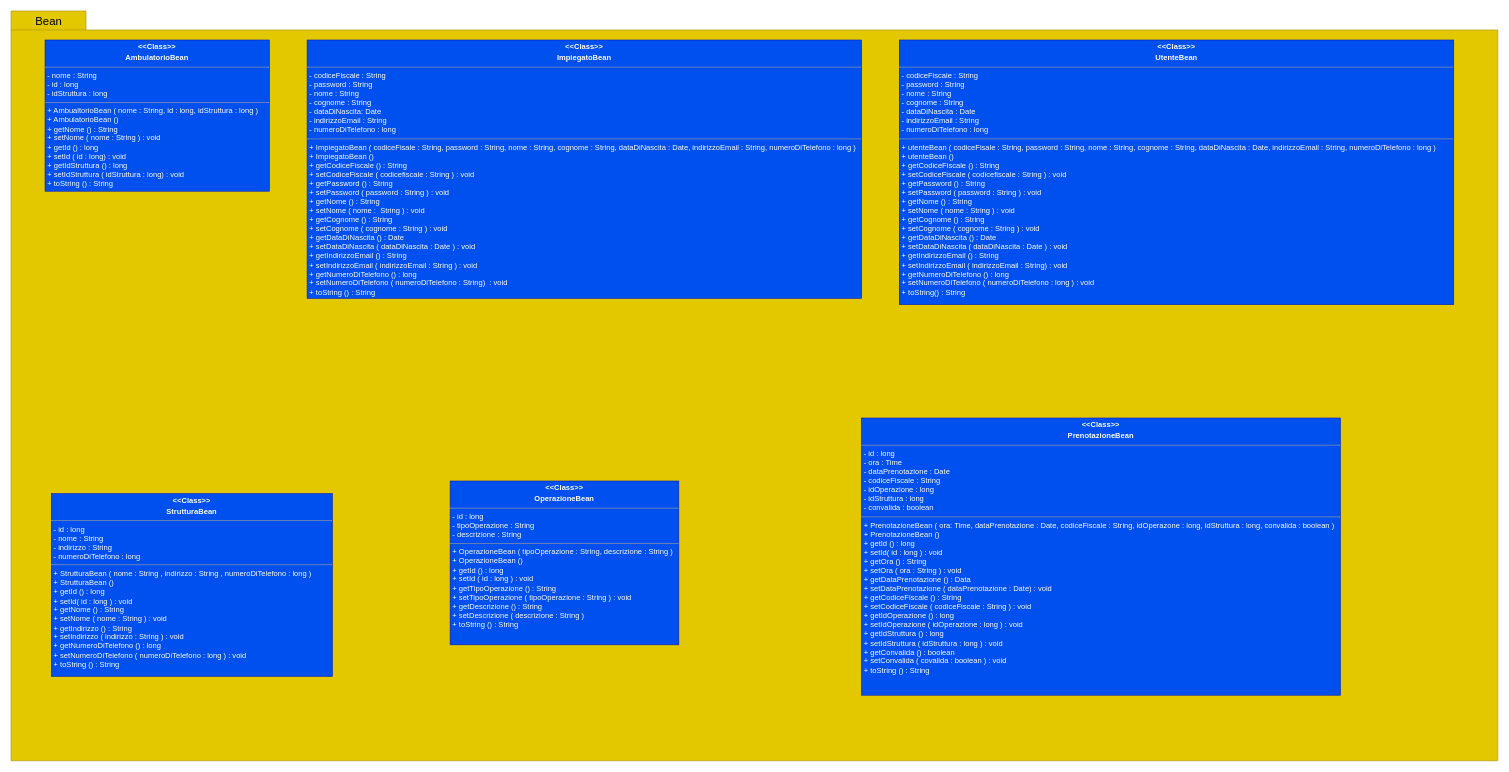
The draw.io diagram Documenti/ODD/Packages/Beans.drawio in Givaa/MedQueue, before the edit. Source tidied: cells renumbered, new cells numbered last; positions are measured from the earlier drawing's top-left corner, leaving out a move shared by most shapes. Both pictures are drawn from the tidied source at 63%, with x=0, y=0 at pixel (11, 11).
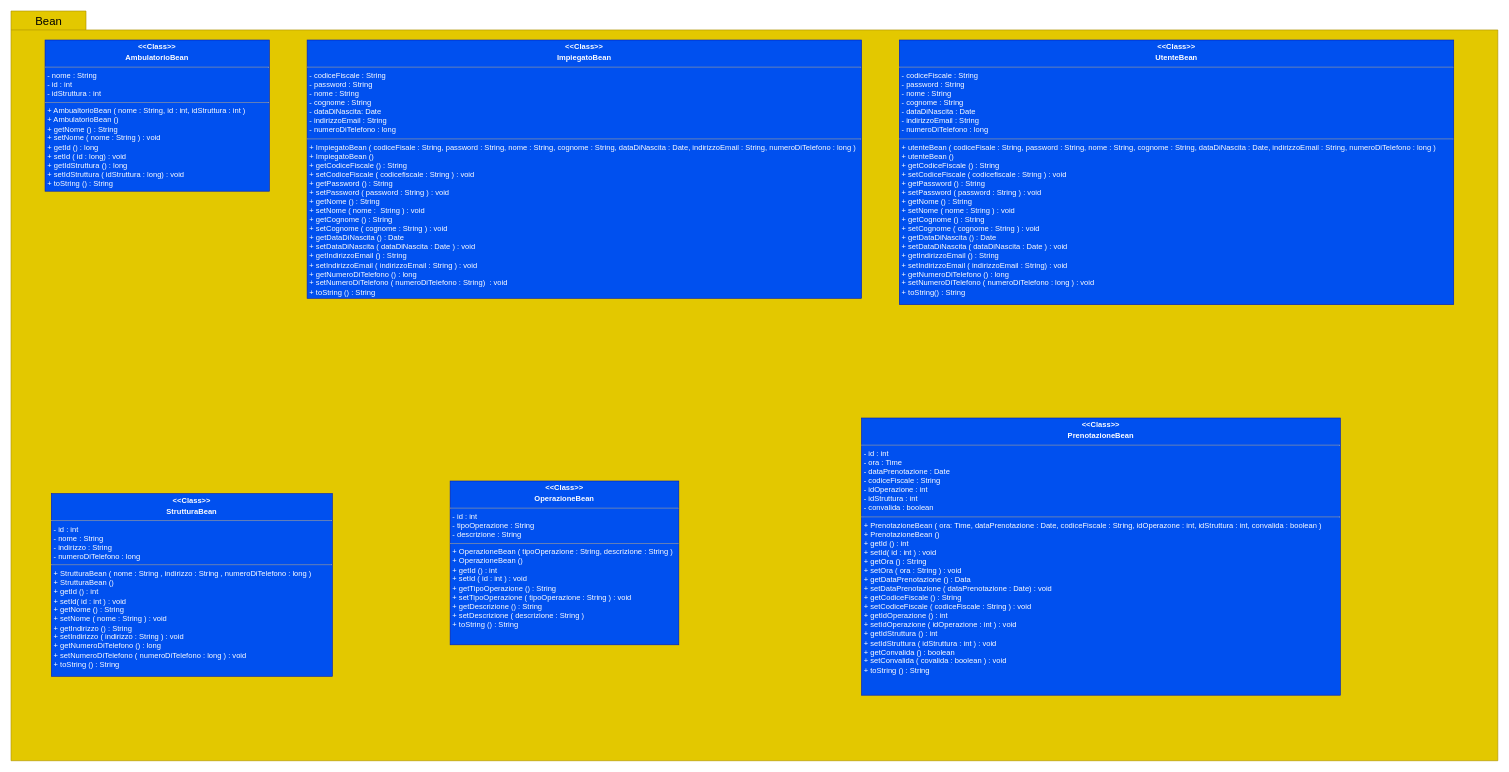
The same diagram, later.

The edit, as a diff of the source:
```diff
@@
-    <mxCell id="4" value="&lt;p style=&quot;margin: 0px ; margin-top: 4px ; text-align: center&quot;&gt;&lt;b&gt;&amp;lt;&amp;lt;Class&amp;gt;&amp;gt;&lt;/b&gt;&lt;/p&gt;&lt;p style=&quot;margin: 0px ; margin-top: 4px ; text-align: center&quot;&gt;&lt;b&gt;AmbulatorioBean&lt;/b&gt;&lt;/p&gt;&lt;hr size=&quot;1&quot;&gt;&lt;p style=&quot;margin: 0px ; margin-left: 4px&quot;&gt;- nome : String&lt;/p&gt;&lt;p style=&quot;margin: 0px ; margin-left: 4px&quot;&gt;- id : long&lt;/p&gt;&lt;p style=&quot;margin: 0px ; margin-left: 4px&quot;&gt;- idStruttura : long&lt;/p&gt;&lt;hr size=&quot;1&quot;&gt;&lt;p style=&quot;margin: 0px ; margin-left: 4px&quot;&gt;+ AmbualtorioBean ( nome : String, id : long, idStruttura : long )&lt;/p&gt;&lt;p style=&quot;margin: 0px ; margin-left: 4px&quot;&gt;+ AmbulatorioBean ()&lt;/p&gt;&lt;p style=&quot;margin: 0px ; margin-left: 4px&quot;&gt;+ getNome () : String&lt;/p&gt;&lt;p style=&quot;margin: 0px ; margin-left: 4px&quot;&gt;+ setNome ( nome : String ) : void&lt;/p&gt;&lt;p style=&quot;margin: 0px ; margin-left: 4px&quot;&gt;+ getId () : long&lt;/p&gt;&lt;p style=&quot;margin: 0px ; margin-left: 4px&quot;&gt;+ setId ( id :&lt;span&gt;&amp;nbsp;long) : void&lt;/span&gt;&lt;/p&gt;&lt;p style=&quot;margin: 0px ; margin-left: 4px&quot;&gt;+ getIdStruttura () : long&lt;/p&gt;&lt;p style=&quot;margin: 0px ; margin-left: 4px&quot;&gt;+ setIdStruttura ( idStruttura : long) : void&lt;/p&gt;&lt;p style=&quot;margin: 0px ; margin-left: 4px&quot;&gt;+ toString () : String&lt;/p&gt;&lt;p style=&quot;margin: 0px ; margin-left: 4px&quot;&gt;&lt;br&gt;&lt;/p&gt;" style="verticalAlign=top;align=left;overflow=fill;fontSize=12;fontFamily=Helvetica;html=1;fillColor=#0050ef;strokeColor=#001DBC;fontColor=#ffffff;" parent="1" vertex="1">
+    <mxCell id="4" value="&lt;p style=&quot;margin: 0px ; margin-top: 4px ; text-align: center&quot;&gt;&lt;b&gt;&amp;lt;&amp;lt;Class&amp;gt;&amp;gt;&lt;/b&gt;&lt;/p&gt;&lt;p style=&quot;margin: 0px ; margin-top: 4px ; text-align: center&quot;&gt;&lt;b&gt;AmbulatorioBean&lt;/b&gt;&lt;/p&gt;&lt;hr size=&quot;1&quot;&gt;&lt;p style=&quot;margin: 0px ; margin-left: 4px&quot;&gt;- nome : String&lt;/p&gt;&lt;p style=&quot;margin: 0px ; margin-left: 4px&quot;&gt;- id : int&lt;/p&gt;&lt;p style=&quot;margin: 0px ; margin-left: 4px&quot;&gt;- idStruttura : int&lt;/p&gt;&lt;hr size=&quot;1&quot;&gt;&lt;p style=&quot;margin: 0px ; margin-left: 4px&quot;&gt;+ AmbualtorioBean ( nome : String, id : int, idStruttura : int )&lt;/p&gt;&lt;p style=&quot;margin: 0px ; margin-left: 4px&quot;&gt;+ AmbulatorioBean ()&lt;/p&gt;&lt;p style=&quot;margin: 0px ; margin-left: 4px&quot;&gt;+ getNome () : String&lt;/p&gt;&lt;p style=&quot;margin: 0px ; margin-left: 4px&quot;&gt;+ setNome ( nome : String ) : void&lt;/p&gt;&lt;p style=&quot;margin: 0px ; margin-left: 4px&quot;&gt;+ getId () : long&lt;/p&gt;&lt;p style=&quot;margin: 0px ; margin-left: 4px&quot;&gt;+ setId ( id :&lt;span&gt;&amp;nbsp;long) : void&lt;/span&gt;&lt;/p&gt;&lt;p style=&quot;margin: 0px ; margin-left: 4px&quot;&gt;+ getIdStruttura () : long&lt;/p&gt;&lt;p style=&quot;margin: 0px ; margin-left: 4px&quot;&gt;+ setIdStruttura ( idStruttura : long) : void&lt;/p&gt;&lt;p style=&quot;margin: 0px ; margin-left: 4px&quot;&gt;+ toString () : String&lt;/p&gt;&lt;p style=&quot;margin: 0px ; margin-left: 4px&quot;&gt;&lt;br&gt;&lt;/p&gt;" style="verticalAlign=top;align=left;overflow=fill;fontSize=12;fontFamily=Helvetica;html=1;fillColor=#0050ef;strokeColor=#001DBC;fontColor=#ffffff;" parent="1" vertex="1">
       <mxGeometry x="54" y="46" width="356" height="240" as="geometry" />
     </mxCell>
@@
-    <mxCell id="7" value="&lt;p style=&quot;margin: 0px ; margin-top: 4px ; text-align: center&quot;&gt;&lt;b&gt;&amp;lt;&amp;lt;Class&amp;gt;&amp;gt;&lt;/b&gt;&lt;b&gt;&lt;br&gt;&lt;/b&gt;&lt;/p&gt;&lt;p style=&quot;margin: 0px ; margin-top: 4px ; text-align: center&quot;&gt;&lt;b&gt;StrutturaBean&lt;/b&gt;&lt;/p&gt;&lt;hr size=&quot;1&quot;&gt;&lt;p style=&quot;margin: 0px ; margin-left: 4px&quot;&gt;- id : long&lt;br&gt;&lt;/p&gt;&lt;p style=&quot;margin: 0px ; margin-left: 4px&quot;&gt;- nome : String&lt;/p&gt;&lt;p style=&quot;margin: 0px ; margin-left: 4px&quot;&gt;- indirizzo : String&lt;/p&gt;&lt;p style=&quot;margin: 0px ; margin-left: 4px&quot;&gt;- numeroDiTelefono : long&lt;/p&gt;&lt;hr size=&quot;1&quot;&gt;&lt;p style=&quot;margin: 0px ; margin-left: 4px&quot;&gt;+ StrutturaBean ( nome : String , indirizzo : String , numeroDiTelefono : long )&lt;/p&gt;&lt;p style=&quot;margin: 0px ; margin-left: 4px&quot;&gt;+ StrutturaBean ()&lt;/p&gt;&lt;p style=&quot;margin: 0px ; margin-left: 4px&quot;&gt;+ getId () : long&lt;/p&gt;&lt;p style=&quot;margin: 0px ; margin-left: 4px&quot;&gt;+ setId( id : long ) : void&lt;/p&gt;&lt;p style=&quot;margin: 0px ; margin-left: 4px&quot;&gt;+ getNome () : String&lt;/p&gt;&lt;p style=&quot;margin: 0px ; margin-left: 4px&quot;&gt;+ setNome ( nome : String ) : void&lt;/p&gt;&lt;p style=&quot;margin: 0px ; margin-left: 4px&quot;&gt;+ getIndirizzo () : String&lt;/p&gt;&lt;p style=&quot;margin: 0px ; margin-left: 4px&quot;&gt;+ setIndirizzo ( indirizzo : String ) : void&lt;/p&gt;&lt;p style=&quot;margin: 0px ; margin-left: 4px&quot;&gt;+ getNumeroDiTelefono () : long&lt;/p&gt;&lt;p style=&quot;margin: 0px ; margin-left: 4px&quot;&gt;+ setNumeroDiTelefono ( numeroDiTelefono : long ) : void&lt;/p&gt;&lt;p style=&quot;margin: 0px ; margin-left: 4px&quot;&gt;+ toString () : String&lt;/p&gt;&lt;p style=&quot;margin: 0px ; margin-left: 4px&quot;&gt;&lt;br&gt;&lt;/p&gt;" style="verticalAlign=top;align=left;overflow=fill;fontSize=12;fontFamily=Helvetica;html=1;fillColor=#0050ef;strokeColor=#001DBC;fontColor=#ffffff;" parent="1" vertex="1">
+    <mxCell id="7" value="&lt;p style=&quot;margin: 0px ; margin-top: 4px ; text-align: center&quot;&gt;&lt;b&gt;&amp;lt;&amp;lt;Class&amp;gt;&amp;gt;&lt;/b&gt;&lt;b&gt;&lt;br&gt;&lt;/b&gt;&lt;/p&gt;&lt;p style=&quot;margin: 0px ; margin-top: 4px ; text-align: center&quot;&gt;&lt;b&gt;StrutturaBean&lt;/b&gt;&lt;/p&gt;&lt;hr size=&quot;1&quot;&gt;&lt;p style=&quot;margin: 0px ; margin-left: 4px&quot;&gt;- id : int&lt;br&gt;&lt;/p&gt;&lt;p style=&quot;margin: 0px ; margin-left: 4px&quot;&gt;- nome : String&lt;/p&gt;&lt;p style=&quot;margin: 0px ; margin-left: 4px&quot;&gt;- indirizzo : String&lt;/p&gt;&lt;p style=&quot;margin: 0px ; margin-left: 4px&quot;&gt;- numeroDiTelefono : long&lt;/p&gt;&lt;hr size=&quot;1&quot;&gt;&lt;p style=&quot;margin: 0px ; margin-left: 4px&quot;&gt;+ StrutturaBean ( nome : String , indirizzo : String , numeroDiTelefono : long )&lt;/p&gt;&lt;p style=&quot;margin: 0px ; margin-left: 4px&quot;&gt;+ StrutturaBean ()&lt;/p&gt;&lt;p style=&quot;margin: 0px ; margin-left: 4px&quot;&gt;+ getId () : int&lt;/p&gt;&lt;p style=&quot;margin: 0px ; margin-left: 4px&quot;&gt;+ setId( id : int ) : void&lt;/p&gt;&lt;p style=&quot;margin: 0px ; margin-left: 4px&quot;&gt;+ getNome () : String&lt;/p&gt;&lt;p style=&quot;margin: 0px ; margin-left: 4px&quot;&gt;+ setNome ( nome : String ) : void&lt;/p&gt;&lt;p style=&quot;margin: 0px ; margin-left: 4px&quot;&gt;+ getIndirizzo () : String&lt;/p&gt;&lt;p style=&quot;margin: 0px ; margin-left: 4px&quot;&gt;+ setIndirizzo ( indirizzo : String ) : void&lt;/p&gt;&lt;p style=&quot;margin: 0px ; margin-left: 4px&quot;&gt;+ getNumeroDiTelefono () : long&lt;/p&gt;&lt;p style=&quot;margin: 0px ; margin-left: 4px&quot;&gt;+ setNumeroDiTelefono ( numeroDiTelefono : long ) : void&lt;/p&gt;&lt;p style=&quot;margin: 0px ; margin-left: 4px&quot;&gt;+ toString () : String&lt;/p&gt;&lt;p style=&quot;margin: 0px ; margin-left: 4px&quot;&gt;&lt;br&gt;&lt;/p&gt;" style="verticalAlign=top;align=left;overflow=fill;fontSize=12;fontFamily=Helvetica;html=1;fillColor=#0050ef;strokeColor=#001DBC;fontColor=#ffffff;" parent="1" vertex="1">
       <mxGeometry x="64" y="766" width="446" height="290" as="geometry" />
     </mxCell>
-    <mxCell id="8" value="&lt;p style=&quot;margin: 0px ; margin-top: 4px ; text-align: center&quot;&gt;&lt;b&gt;&amp;lt;&amp;lt;Class&amp;gt;&amp;gt;&lt;/b&gt;&lt;b&gt;&lt;br&gt;&lt;/b&gt;&lt;/p&gt;&lt;p style=&quot;margin: 0px ; margin-top: 4px ; text-align: center&quot;&gt;&lt;b&gt;OperazioneBean&lt;/b&gt;&lt;/p&gt;&lt;hr size=&quot;1&quot;&gt;&lt;p style=&quot;margin: 0px ; margin-left: 4px&quot;&gt;- id : long&lt;br&gt;&lt;/p&gt;&lt;p style=&quot;margin: 0px ; margin-left: 4px&quot;&gt;- tipoOperazione : String&lt;/p&gt;&lt;p style=&quot;margin: 0px ; margin-left: 4px&quot;&gt;- descrizione : String&lt;/p&gt;&lt;hr size=&quot;1&quot;&gt;&lt;p style=&quot;margin: 0px ; margin-left: 4px&quot;&gt;+ OperazioneBean ( tipoOperazione : String, descrizione : String )&lt;/p&gt;&lt;p style=&quot;margin: 0px ; margin-left: 4px&quot;&gt;+ OperazioneBean ()&lt;/p&gt;&lt;p style=&quot;margin: 0px ; margin-left: 4px&quot;&gt;+ getId () : long&lt;/p&gt;&lt;p style=&quot;margin: 0px ; margin-left: 4px&quot;&gt;+ setId ( id : long ) : void&lt;/p&gt;&lt;p style=&quot;margin: 0px ; margin-left: 4px&quot;&gt;+ getTipoOperazione () : String&lt;/p&gt;&lt;p style=&quot;margin: 0px ; margin-left: 4px&quot;&gt;+ setTipoOperazione ( tipoOperazione : String ) : void&lt;/p&gt;&lt;p style=&quot;margin: 0px ; margin-left: 4px&quot;&gt;+ getDescrizione () : String&lt;/p&gt;&lt;p style=&quot;margin: 0px ; margin-left: 4px&quot;&gt;+ setDescrizione ( descrizione : String )&lt;/p&gt;&lt;p style=&quot;margin: 0px ; margin-left: 4px&quot;&gt;+ toString () : String&lt;/p&gt;&lt;p style=&quot;margin: 0px ; margin-left: 4px&quot;&gt;&lt;br&gt;&lt;/p&gt;" style="verticalAlign=top;align=left;overflow=fill;fontSize=12;fontFamily=Helvetica;html=1;fillColor=#0050ef;strokeColor=#001DBC;fontColor=#ffffff;" parent="1" vertex="1">
+    <mxCell id="8" value="&lt;p style=&quot;margin: 0px ; margin-top: 4px ; text-align: center&quot;&gt;&lt;b&gt;&amp;lt;&amp;lt;Class&amp;gt;&amp;gt;&lt;/b&gt;&lt;b&gt;&lt;br&gt;&lt;/b&gt;&lt;/p&gt;&lt;p style=&quot;margin: 0px ; margin-top: 4px ; text-align: center&quot;&gt;&lt;b&gt;OperazioneBean&lt;/b&gt;&lt;/p&gt;&lt;hr size=&quot;1&quot;&gt;&lt;p style=&quot;margin: 0px ; margin-left: 4px&quot;&gt;- id : int&lt;br&gt;&lt;/p&gt;&lt;p style=&quot;margin: 0px ; margin-left: 4px&quot;&gt;- tipoOperazione : String&lt;/p&gt;&lt;p style=&quot;margin: 0px ; margin-left: 4px&quot;&gt;- descrizione : String&lt;/p&gt;&lt;hr size=&quot;1&quot;&gt;&lt;p style=&quot;margin: 0px ; margin-left: 4px&quot;&gt;+ OperazioneBean ( tipoOperazione : String, descrizione : String )&lt;/p&gt;&lt;p style=&quot;margin: 0px ; margin-left: 4px&quot;&gt;+ OperazioneBean ()&lt;/p&gt;&lt;p style=&quot;margin: 0px ; margin-left: 4px&quot;&gt;+ getId () : int&lt;/p&gt;&lt;p style=&quot;margin: 0px ; margin-left: 4px&quot;&gt;+ setId ( id : int ) : void&lt;/p&gt;&lt;p style=&quot;margin: 0px ; margin-left: 4px&quot;&gt;+ getTipoOperazione () : String&lt;/p&gt;&lt;p style=&quot;margin: 0px ; margin-left: 4px&quot;&gt;+ setTipoOperazione ( tipoOperazione : String ) : void&lt;/p&gt;&lt;p style=&quot;margin: 0px ; margin-left: 4px&quot;&gt;+ getDescrizione () : String&lt;/p&gt;&lt;p style=&quot;margin: 0px ; margin-left: 4px&quot;&gt;+ setDescrizione ( descrizione : String )&lt;/p&gt;&lt;p style=&quot;margin: 0px ; margin-left: 4px&quot;&gt;+ toString () : String&lt;/p&gt;&lt;p style=&quot;margin: 0px ; margin-left: 4px&quot;&gt;&lt;br&gt;&lt;/p&gt;" style="verticalAlign=top;align=left;overflow=fill;fontSize=12;fontFamily=Helvetica;html=1;fillColor=#0050ef;strokeColor=#001DBC;fontColor=#ffffff;" parent="1" vertex="1">
       <mxGeometry x="697" y="746" width="363" height="260" as="geometry" />
     </mxCell>
-    <mxCell id="9" value="&lt;p style=&quot;margin: 0px ; margin-top: 4px ; text-align: center&quot;&gt;&lt;b&gt;&amp;lt;&amp;lt;Class&amp;gt;&amp;gt;&lt;/b&gt;&lt;b&gt;&lt;br&gt;&lt;/b&gt;&lt;/p&gt;&lt;p style=&quot;margin: 0px ; margin-top: 4px ; text-align: center&quot;&gt;&lt;b&gt;PrenotazioneBean&lt;/b&gt;&lt;/p&gt;&lt;hr size=&quot;1&quot;&gt;&lt;p style=&quot;margin: 0px ; margin-left: 4px&quot;&gt;- id : long&lt;br&gt;&lt;/p&gt;&lt;p style=&quot;margin: 0px ; margin-left: 4px&quot;&gt;- ora : Time&lt;/p&gt;&lt;p style=&quot;margin: 0px ; margin-left: 4px&quot;&gt;- dataPrenotazione : Date&lt;/p&gt;&lt;p style=&quot;margin: 0px ; margin-left: 4px&quot;&gt;- codiceFiscale : String&lt;/p&gt;&lt;p style=&quot;margin: 0px ; margin-left: 4px&quot;&gt;- idOperazione : long&lt;/p&gt;&lt;p style=&quot;margin: 0px ; margin-left: 4px&quot;&gt;- idStruttura : long&lt;/p&gt;&lt;p style=&quot;margin: 0px ; margin-left: 4px&quot;&gt;- convalida : boolean&lt;/p&gt;&lt;hr size=&quot;1&quot;&gt;&lt;p style=&quot;margin: 0px ; margin-left: 4px&quot;&gt;+ PrenotazioneBean ( ora: Time, dataPrenotazione : Date, codiceFiscale : String, idOperazone : long, idStruttura : long, convalida : boolean )&lt;/p&gt;&lt;p style=&quot;margin: 0px ; margin-left: 4px&quot;&gt;+ PrenotazioneBean ()&lt;/p&gt;&lt;p style=&quot;margin: 0px ; margin-left: 4px&quot;&gt;+ getId () : long&lt;/p&gt;&lt;p style=&quot;margin: 0px ; margin-left: 4px&quot;&gt;+ setId( id : long ) : void&lt;/p&gt;&lt;p style=&quot;margin: 0px ; margin-left: 4px&quot;&gt;+ getOra () : String&lt;/p&gt;&lt;p style=&quot;margin: 0px ; margin-left: 4px&quot;&gt;+ setOra ( ora : String ) : void&lt;/p&gt;&lt;p style=&quot;margin: 0px ; margin-left: 4px&quot;&gt;+ getDataPrenotazione () : Data&lt;/p&gt;&lt;p style=&quot;margin: 0px ; margin-left: 4px&quot;&gt;+ setDataPrenotazione ( dataPrenotazione : Date) : void&lt;/p&gt;&lt;p style=&quot;margin: 0px ; margin-left: 4px&quot;&gt;+ getCodiceFiscale () : String&lt;/p&gt;&lt;p style=&quot;margin: 0px ; margin-left: 4px&quot;&gt;+ setCodiceFiscale ( codiceFiscale : String ) : void&lt;/p&gt;&lt;p style=&quot;margin: 0px ; margin-left: 4px&quot;&gt;+ getIdOperazione () : long&lt;/p&gt;&lt;p style=&quot;margin: 0px ; margin-left: 4px&quot;&gt;+ setIdOperazione ( idOperazione : long ) : void&lt;/p&gt;&lt;p style=&quot;margin: 0px ; margin-left: 4px&quot;&gt;+ getIdStruttura () : long&lt;/p&gt;&lt;p style=&quot;margin: 0px ; margin-left: 4px&quot;&gt;+ setIdStruttura ( idStruttura : long ) : void&lt;/p&gt;&lt;p style=&quot;margin: 0px ; margin-left: 4px&quot;&gt;+ getConvalida () : boolean&lt;/p&gt;&lt;p style=&quot;margin: 0px ; margin-left: 4px&quot;&gt;+ setConvalida ( covalida : boolean ) : void&lt;/p&gt;&lt;p style=&quot;margin: 0px ; margin-left: 4px&quot;&gt;+ toString () : String&lt;/p&gt;&lt;p style=&quot;margin: 0px ; margin-left: 4px&quot;&gt;&lt;br&gt;&lt;/p&gt;&lt;p style=&quot;margin: 0px ; margin-left: 4px&quot;&gt;&lt;br&gt;&lt;/p&gt;" style="verticalAlign=top;align=left;overflow=fill;fontSize=12;fontFamily=Helvetica;html=1;fillColor=#0050ef;strokeColor=#001DBC;fontColor=#ffffff;" parent="1" vertex="1">
+    <mxCell id="9" value="&lt;p style=&quot;margin: 0px ; margin-top: 4px ; text-align: center&quot;&gt;&lt;b&gt;&amp;lt;&amp;lt;Class&amp;gt;&amp;gt;&lt;/b&gt;&lt;b&gt;&lt;br&gt;&lt;/b&gt;&lt;/p&gt;&lt;p style=&quot;margin: 0px ; margin-top: 4px ; text-align: center&quot;&gt;&lt;b&gt;PrenotazioneBean&lt;/b&gt;&lt;/p&gt;&lt;hr size=&quot;1&quot;&gt;&lt;p style=&quot;margin: 0px ; margin-left: 4px&quot;&gt;- id : int&lt;br&gt;&lt;/p&gt;&lt;p style=&quot;margin: 0px ; margin-left: 4px&quot;&gt;- ora : Time&lt;/p&gt;&lt;p style=&quot;margin: 0px ; margin-left: 4px&quot;&gt;- dataPrenotazione : Date&lt;/p&gt;&lt;p style=&quot;margin: 0px ; margin-left: 4px&quot;&gt;- codiceFiscale : String&lt;/p&gt;&lt;p style=&quot;margin: 0px ; margin-left: 4px&quot;&gt;- idOperazione : int&lt;/p&gt;&lt;p style=&quot;margin: 0px ; margin-left: 4px&quot;&gt;- idStruttura : int&lt;/p&gt;&lt;p style=&quot;margin: 0px ; margin-left: 4px&quot;&gt;- convalida : boolean&lt;/p&gt;&lt;hr size=&quot;1&quot;&gt;&lt;p style=&quot;margin: 0px ; margin-left: 4px&quot;&gt;+ PrenotazioneBean ( ora: Time, dataPrenotazione : Date, codiceFiscale : String, idOperazone : int, idStruttura : int, convalida : boolean )&lt;/p&gt;&lt;p style=&quot;margin: 0px ; margin-left: 4px&quot;&gt;+ PrenotazioneBean ()&lt;/p&gt;&lt;p style=&quot;margin: 0px ; margin-left: 4px&quot;&gt;+ getId () : int&lt;/p&gt;&lt;p style=&quot;margin: 0px ; margin-left: 4px&quot;&gt;+ setId( id : int ) : void&lt;/p&gt;&lt;p style=&quot;margin: 0px ; margin-left: 4px&quot;&gt;+ getOra () : String&lt;/p&gt;&lt;p style=&quot;margin: 0px ; margin-left: 4px&quot;&gt;+ setOra ( ora : String ) : void&lt;/p&gt;&lt;p style=&quot;margin: 0px ; margin-left: 4px&quot;&gt;+ getDataPrenotazione () : Data&lt;/p&gt;&lt;p style=&quot;margin: 0px ; margin-left: 4px&quot;&gt;+ setDataPrenotazione ( dataPrenotazione : Date) : void&lt;/p&gt;&lt;p style=&quot;margin: 0px ; margin-left: 4px&quot;&gt;+ getCodiceFiscale () : String&lt;/p&gt;&lt;p style=&quot;margin: 0px ; margin-left: 4px&quot;&gt;+ setCodiceFiscale ( codiceFiscale : String ) : void&lt;/p&gt;&lt;p style=&quot;margin: 0px ; margin-left: 4px&quot;&gt;+ getIdOperazione () : int&lt;/p&gt;&lt;p style=&quot;margin: 0px ; margin-left: 4px&quot;&gt;+ setIdOperazione ( idOperazione : int ) : void&lt;/p&gt;&lt;p style=&quot;margin: 0px ; margin-left: 4px&quot;&gt;+ getIdStruttura () : int&lt;/p&gt;&lt;p style=&quot;margin: 0px ; margin-left: 4px&quot;&gt;+ setIdStruttura ( idStruttura : int ) : void&lt;/p&gt;&lt;p style=&quot;margin: 0px ; margin-left: 4px&quot;&gt;+ getConvalida () : boolean&lt;/p&gt;&lt;p style=&quot;margin: 0px ; margin-left: 4px&quot;&gt;+ setConvalida ( covalida : boolean ) : void&lt;/p&gt;&lt;p style=&quot;margin: 0px ; margin-left: 4px&quot;&gt;+ toString () : String&lt;/p&gt;&lt;p style=&quot;margin: 0px ; margin-left: 4px&quot;&gt;&lt;br&gt;&lt;/p&gt;&lt;p style=&quot;margin: 0px ; margin-left: 4px&quot;&gt;&lt;br&gt;&lt;/p&gt;" style="verticalAlign=top;align=left;overflow=fill;fontSize=12;fontFamily=Helvetica;html=1;fillColor=#0050ef;strokeColor=#001DBC;fontColor=#ffffff;" parent="1" vertex="1">
       <mxGeometry x="1350" y="646" width="760" height="440" as="geometry" />
     </mxCell>
```
